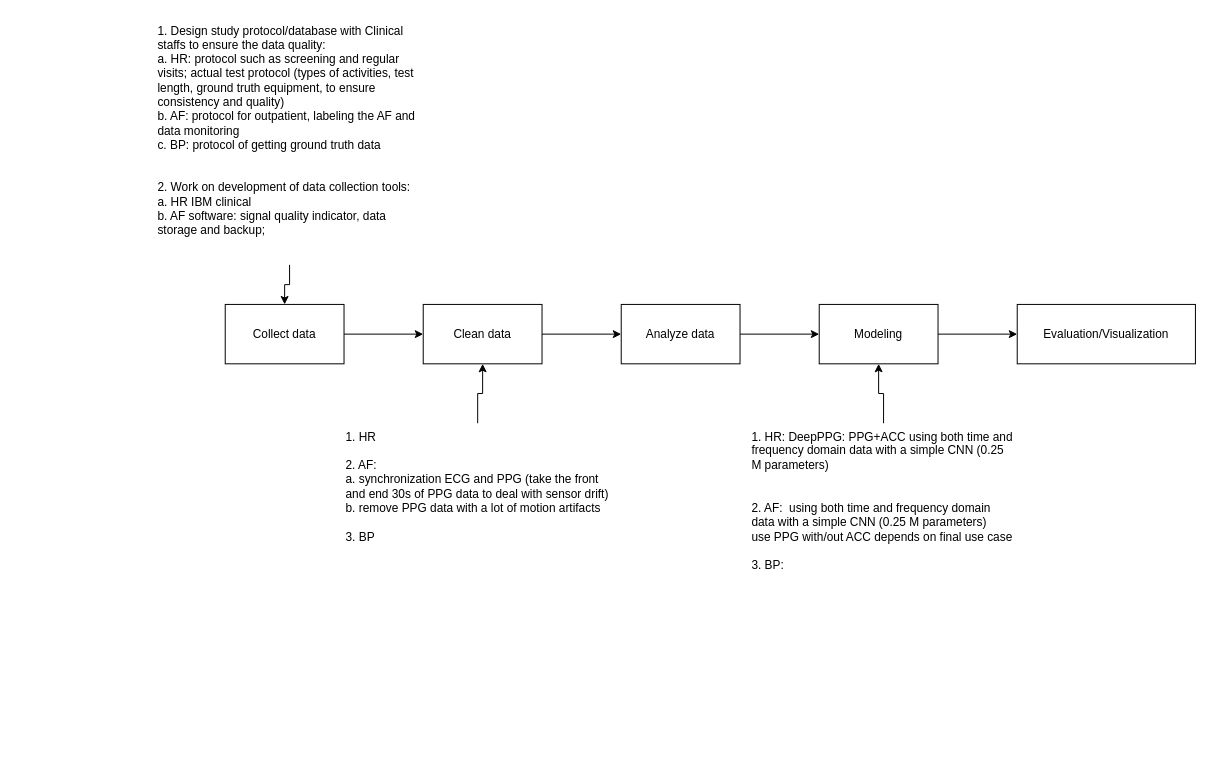
Earlier version of the draw.io diagram Data pipeline.drawio (supertime1/PPG_DSP). Source tidied: cells renumbered, new cells numbered last; positions are measured from the earlier drawing's top-left corner, leaving out a move shared by most shapes. Both pictures are drawn from the tidied source at 99%, with x=0, y=0 at pixel (155, 17).
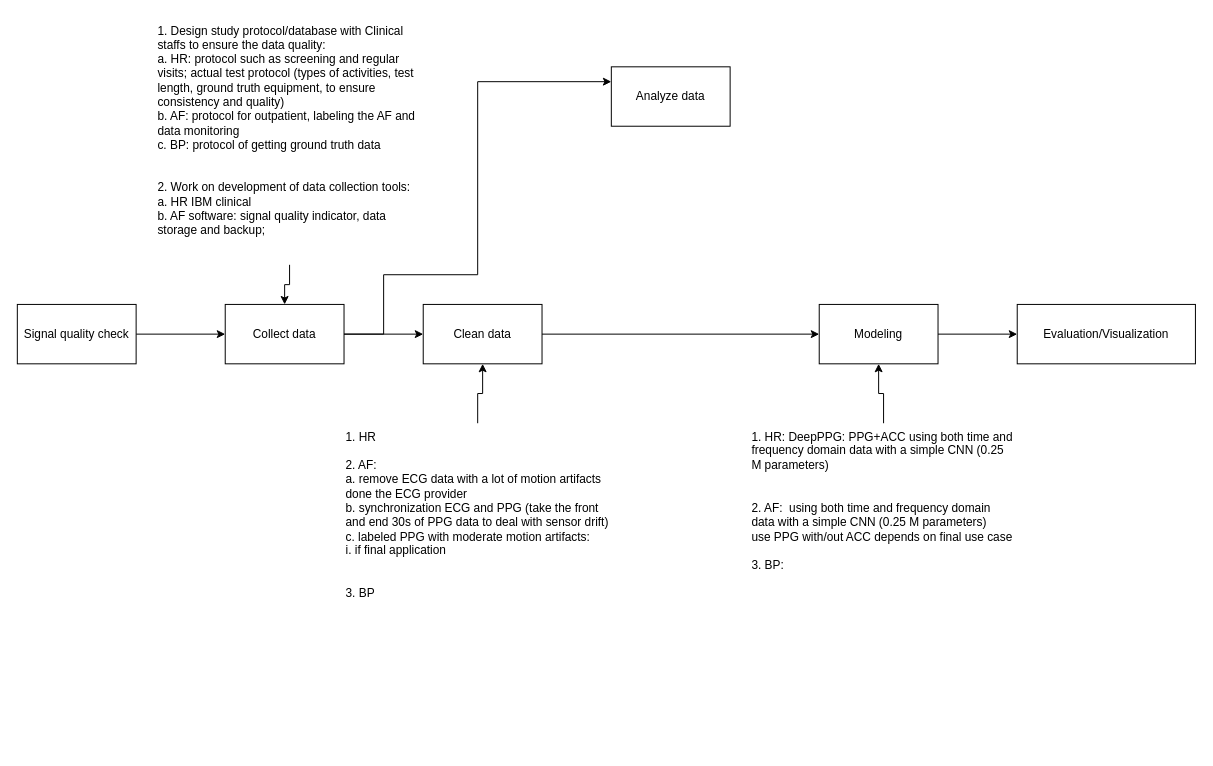
Above is the later version.

Unchanged cells that the change refers to:
```xml
<mxCell id="3" value="Collect data" style="rounded=0;whiteSpace=wrap;html=1;" parent="1" vertex="1">
  <mxGeometry x="70" y="290" width="120" height="60" as="geometry" />
</mxCell>
<mxCell id="5" value="Clean data" style="rounded=0;whiteSpace=wrap;html=1;" parent="1" vertex="1">
  <mxGeometry x="270" y="290" width="120" height="60" as="geometry" />
</mxCell>
<mxCell id="9" value="Modeling" style="rounded=0;whiteSpace=wrap;html=1;" parent="1" vertex="1">
  <mxGeometry x="670" y="290" width="120" height="60" as="geometry" />
</mxCell>
```

The edit, as a diff of the source:
```diff
@@
+    <mxCell id="17" style="edgeStyle=orthogonalEdgeStyle;rounded=0;jettySize=auto;html=1;entryX=0;entryY=0.25;entryDx=0;entryDy=0;exitX=1;exitY=0.5;exitDx=0;exitDy=0;" parent="1" edge="1" source="3" target="7">
+      <mxGeometry relative="1" as="geometry">
+        <Array as="points">
+          <mxPoint x="230" y="320" />
+          <mxPoint x="230" y="260" />
+          <mxPoint x="325" y="260" />
+          <mxPoint x="325" y="65" />
+        </Array>
+      </mxGeometry>
+    </mxCell>
@@
-    <mxCell id="4" style="edgeStyle=orthogonalEdgeStyle;rounded=0;jettySize=auto;html=1;" parent="1" edge="1" source="5" target="7">
+    <mxCell id="4" style="edgeStyle=orthogonalEdgeStyle;rounded=0;jettySize=auto;html=1;entryX=0;entryY=0.5;entryDx=0;entryDy=0;" parent="1" edge="1" source="5" target="9">
       <mxGeometry relative="1" as="geometry" />
     </mxCell>
@@
-    <mxCell id="6" style="edgeStyle=orthogonalEdgeStyle;rounded=0;jettySize=auto;html=1;" parent="1" edge="1" source="7" target="9">
-      <mxGeometry relative="1" as="geometry" />
-    </mxCell>
     <mxCell id="7" value="Analyze data" style="rounded=0;whiteSpace=wrap;html=1;" parent="1" vertex="1">
-      <mxGeometry x="470" y="290" width="120" height="60" as="geometry" />
+      <mxGeometry x="460" y="50" width="120" height="60" as="geometry" />
     </mxCell>
@@
-    <mxCell id="16" value="1. HR&lt;br&gt;&lt;br&gt;2. AF: &lt;br&gt;a. synchronization ECG and PPG (take the front and end 30s of PPG data to deal with sensor drift)&lt;br&gt;b. remove PPG data with a lot of motion artifacts&lt;br&gt;&lt;br&gt;3. BP" style="text;html=1;strokeColor=none;fillColor=none;align=left;verticalAlign=top;whiteSpace=wrap;rounded=0;" parent="1" vertex="1">
+    <mxCell id="16" value="1. HR&lt;br&gt;&lt;br&gt;2. AF:&lt;br&gt;a. remove ECG data with a lot of motion artifacts done the ECG provider&lt;br&gt;b. synchronization ECG and PPG (take the front and end 30s of PPG data to deal with sensor drift)&lt;br&gt;c. labeled PPG with moderate motion artifacts:&lt;br&gt;i. if final application&amp;nbsp;&lt;br&gt;&lt;br&gt;&lt;br&gt;3. BP" style="text;html=1;strokeColor=none;fillColor=none;align=left;verticalAlign=top;whiteSpace=wrap;rounded=0;" parent="1" vertex="1">
       <mxGeometry x="190" y="410" width="270" height="330" as="geometry" />
     </mxCell>
+    <mxCell id="18" style="edgeStyle=orthogonalEdgeStyle;rounded=0;jettySize=auto;html=1;" parent="1" edge="1" source="19" target="3">
+      <mxGeometry relative="1" as="geometry" />
+    </mxCell>
+    <mxCell id="19" value="Signal quality check" style="rounded=0;whiteSpace=wrap;html=1;" parent="1" vertex="1">
+      <mxGeometry x="-140" y="290" width="120" height="60" as="geometry" />
+    </mxCell>
```
